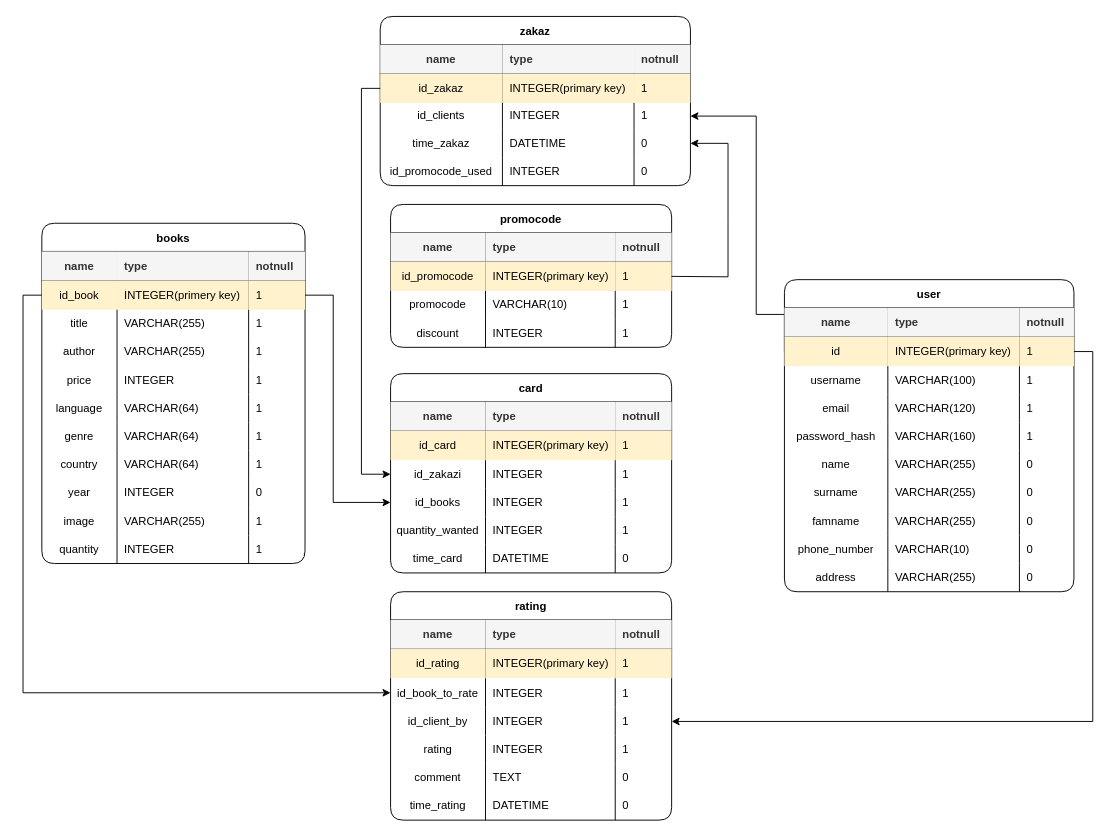
prettyroseslover/AsianBookStore keeps this draw.io diagram as DataBase/дб_книги.drawio. Above is the earlier version. Source tidied: cells renumbered, new cells numbered last; positions are measured from the earlier drawing's top-left corner, leaving out a move shared by most shapes. Both pictures are drawn from the tidied source at 94%, with x=0, y=0 at pixel (41, 16).
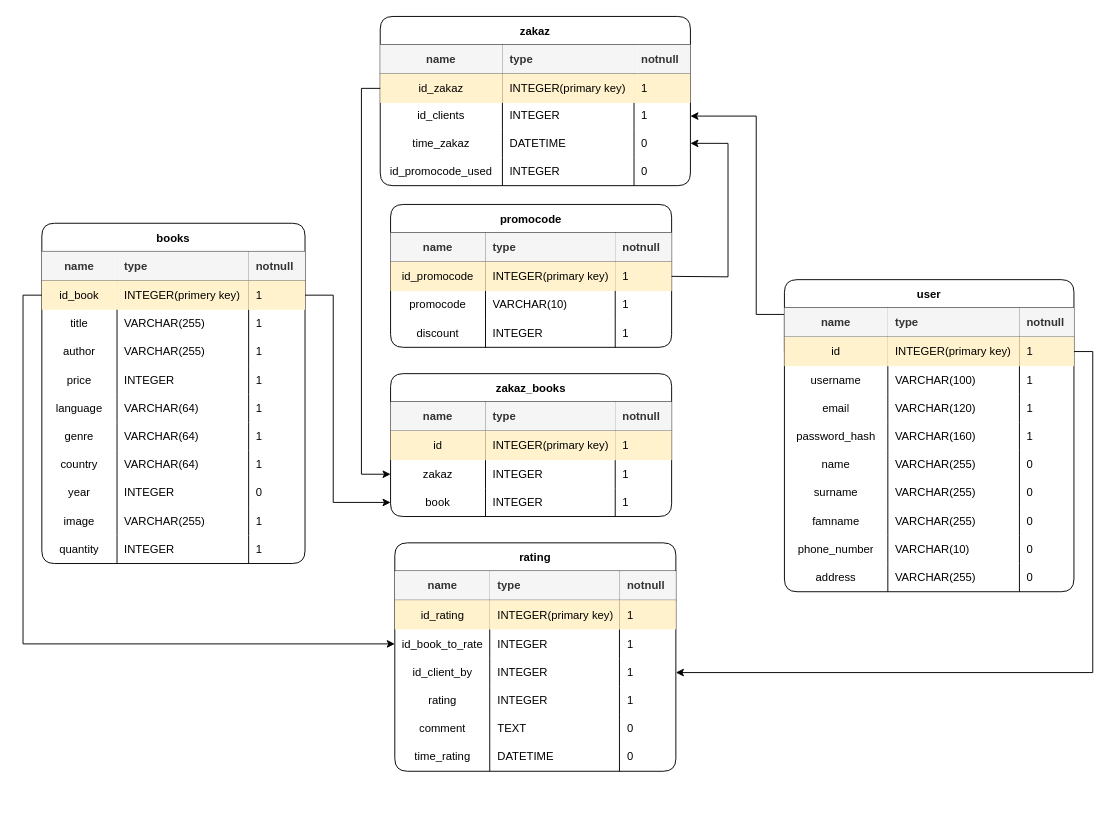
The same page after the edit.

The change refers to these unchanged cells:
```xml
<mxCell id="73" style="shape=tableRow;horizontal=0;startSize=0;swimlaneHead=0;swimlaneBody=0;top=0;left=0;bottom=0;right=0;fillColor=none;labelBackgroundColor=none;" parent="68" vertex="1">
  <mxGeometry y="61" width="299" height="31" as="geometry" />
</mxCell>
<mxCell id="77" style="shape=tableRow;horizontal=0;startSize=0;swimlaneHead=0;swimlaneBody=0;top=0;left=0;bottom=0;right=0;fillColor=none;points=[[0,0.5],[1,0.5]];portConstraint=eastwest;labelBackgroundColor=none;" parent="68" vertex="1">
  <mxGeometry y="92" width="299" height="30" as="geometry" />
</mxCell>
<mxCell id="81" style="shape=tableRow;horizontal=0;startSize=0;swimlaneHead=0;swimlaneBody=0;top=0;left=0;bottom=0;right=0;fillColor=none;points=[[0,0.5],[1,0.5]];portConstraint=eastwest;labelBackgroundColor=none;" parent="68" vertex="1">
  <mxGeometry y="122" width="299" height="30" as="geometry" />
</mxCell>
```

What changed in the source:
```diff
@@
-    <mxCell id="68" value="card" style="shape=table;startSize=30;childLayout=tableLayout;rowLines=0;fontStyle=1;labelBackgroundColor=none;labelBorderColor=none;gradientColor=none;swimlaneFillColor=default;rounded=1;sketch=0;shadow=0;" parent="1" vertex="1">
-      <mxGeometry x="371" y="380" width="299" height="212" as="geometry" />
+    <mxCell id="68" value="zakaz_books" style="shape=table;startSize=30;childLayout=tableLayout;rowLines=0;fontStyle=1;labelBackgroundColor=none;labelBorderColor=none;gradientColor=none;swimlaneFillColor=default;rounded=1;sketch=0;shadow=0;" parent="1" vertex="1">
+      <mxGeometry x="371" y="380" width="299" height="152" as="geometry" />
     </mxCell>
@@
-    <mxCell id="74" value="id_card" style="shape=partialRectangle;html=1;whiteSpace=wrap;fillColor=#fff2cc;top=0;left=0;bottom=0;right=0;overflow=hidden;labelBackgroundColor=none;strokeColor=#d6b656;" parent="73" vertex="1">
+    <mxCell id="74" value="id" style="shape=partialRectangle;html=1;whiteSpace=wrap;fillColor=#fff2cc;top=0;left=0;bottom=0;right=0;overflow=hidden;labelBackgroundColor=none;strokeColor=#d6b656;" parent="73" vertex="1">
       <mxGeometry width="101" height="31" as="geometry" />
     </mxCell>
@@
-    <mxCell id="78" value="&lt;div&gt;id_zakazi&lt;/div&gt;" style="shape=partialRectangle;html=1;whiteSpace=wrap;fillColor=none;top=0;left=0;bottom=0;right=0;overflow=hidden;labelBackgroundColor=none;" parent="77" vertex="1">
+    <mxCell id="78" value="&lt;div&gt;zakaz&lt;/div&gt;" style="shape=partialRectangle;html=1;whiteSpace=wrap;fillColor=none;top=0;left=0;bottom=0;right=0;overflow=hidden;labelBackgroundColor=none;" parent="77" vertex="1">
       <mxGeometry width="101" height="30" as="geometry" />
     </mxCell>
@@
-    <mxCell id="82" value="id_books" style="shape=partialRectangle;html=1;whiteSpace=wrap;fillColor=none;top=0;left=0;bottom=0;right=0;overflow=hidden;labelBackgroundColor=none;" parent="81" vertex="1">
+    <mxCell id="82" value="book" style="shape=partialRectangle;html=1;whiteSpace=wrap;fillColor=none;top=0;left=0;bottom=0;right=0;overflow=hidden;labelBackgroundColor=none;" parent="81" vertex="1">
       <mxGeometry width="101" height="30" as="geometry" />
     </mxCell>
@@
-    <mxCell id="85" style="shape=tableRow;horizontal=0;startSize=0;swimlaneHead=0;swimlaneBody=0;top=0;left=0;bottom=0;right=0;fillColor=none;labelBackgroundColor=none;" parent="68" vertex="1">
-      <mxGeometry y="152" width="299" height="30" as="geometry" />
-    </mxCell>
-    <mxCell id="86" value="quantity_wanted" style="shape=partialRectangle;html=1;whiteSpace=wrap;fillColor=none;top=0;left=0;bottom=0;right=0;overflow=hidden;labelBackgroundColor=none;" parent="85" vertex="1">
-      <mxGeometry width="101" height="30" as="geometry" />
-    </mxCell>
-    <mxCell id="87" value="INTEGER" style="shape=partialRectangle;html=1;whiteSpace=wrap;fillColor=none;top=0;left=0;bottom=0;right=0;align=left;spacingLeft=6;overflow=hidden;labelBackgroundColor=none;labelBorderColor=none;verticalAlign=middle;horizontal=1;sketch=0;shadow=0;flipV=1;flipH=1;spacingTop=0;" parent="85" vertex="1">
-      <mxGeometry x="101" width="138" height="30" as="geometry" />
-    </mxCell>
-    <mxCell id="88" value="1" style="shape=partialRectangle;html=1;whiteSpace=wrap;fillColor=none;top=0;left=0;bottom=0;right=0;align=left;spacingLeft=6;overflow=hidden;labelBackgroundColor=none;labelBorderColor=none;verticalAlign=middle;horizontal=1;sketch=0;shadow=0;flipV=1;flipH=1;spacingTop=0;" parent="85" vertex="1">
-      <mxGeometry x="239" width="60" height="30" as="geometry" />
-    </mxCell>
-    <mxCell id="89" style="shape=tableRow;horizontal=0;startSize=0;swimlaneHead=0;swimlaneBody=0;top=0;left=0;bottom=0;right=0;fillColor=none;labelBackgroundColor=none;" parent="68" vertex="1">
-      <mxGeometry y="182" width="299" height="30" as="geometry" />
-    </mxCell>
-    <mxCell id="90" value="time_card" style="shape=partialRectangle;html=1;whiteSpace=wrap;fillColor=none;top=0;left=0;bottom=0;right=0;overflow=hidden;labelBackgroundColor=none;" parent="89" vertex="1">
-      <mxGeometry width="101" height="30" as="geometry" />
-    </mxCell>
-    <mxCell id="91" value="DATETIME" style="shape=partialRectangle;html=1;whiteSpace=wrap;fillColor=none;top=0;left=0;bottom=0;right=0;align=left;spacingLeft=6;overflow=hidden;labelBackgroundColor=none;labelBorderColor=none;verticalAlign=middle;horizontal=1;sketch=0;shadow=0;flipV=1;flipH=1;spacingTop=0;" parent="89" vertex="1">
-      <mxGeometry x="101" width="138" height="30" as="geometry" />
-    </mxCell>
-    <mxCell id="92" value="0" style="shape=partialRectangle;html=1;whiteSpace=wrap;fillColor=none;top=0;left=0;bottom=0;right=0;align=left;spacingLeft=6;overflow=hidden;labelBackgroundColor=none;labelBorderColor=none;verticalAlign=middle;horizontal=1;sketch=0;shadow=0;flipV=1;flipH=1;spacingTop=0;" parent="89" vertex="1">
-      <mxGeometry x="239" width="60" height="30" as="geometry" />
-    </mxCell>
@@
     <mxCell id="96" value="rating" style="shape=table;startSize=30;childLayout=tableLayout;rowLines=0;fontStyle=1;labelBackgroundColor=none;labelBorderColor=none;gradientColor=none;swimlaneFillColor=default;rounded=1;sketch=0;shadow=0;" parent="1" vertex="1">
-      <mxGeometry x="371" y="612" width="299" height="243" as="geometry" />
+      <mxGeometry x="375.5" y="560" width="299" height="243" as="geometry" />
     </mxCell>
```
